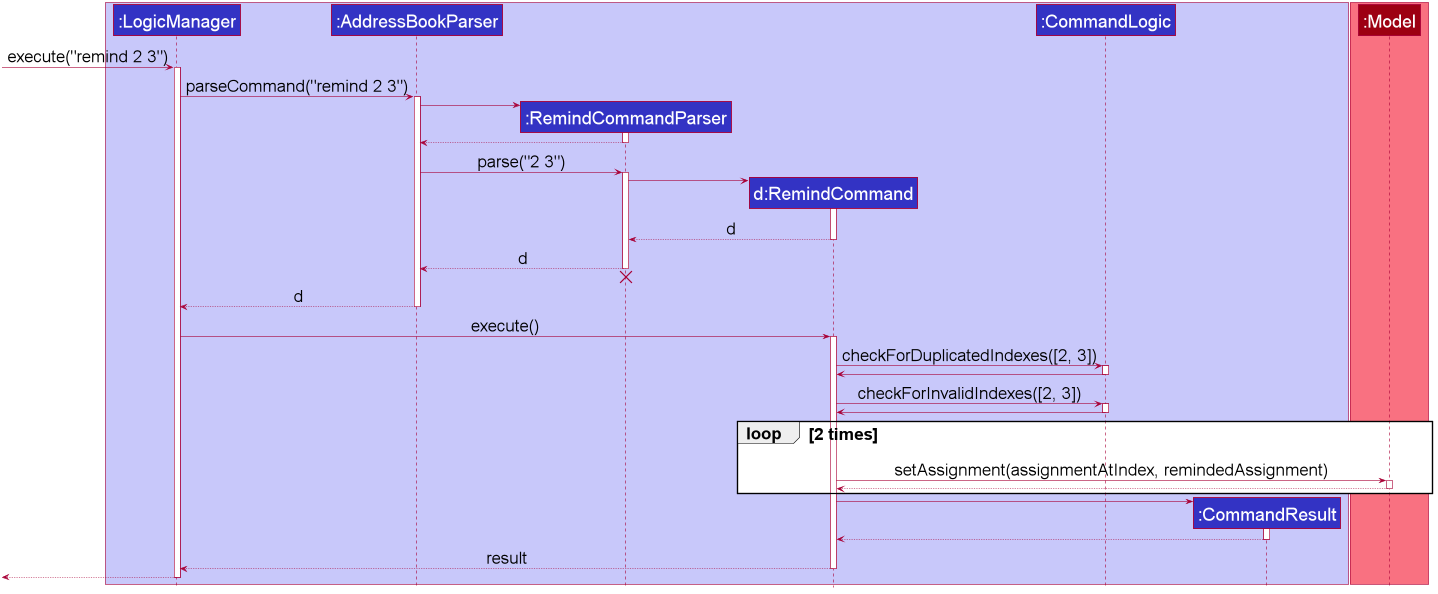
The PlantUML diagram docs/images/RemindMultipleSequenceDiagram.png in nus-cs2103-AY2021S1/tp, before a commit.
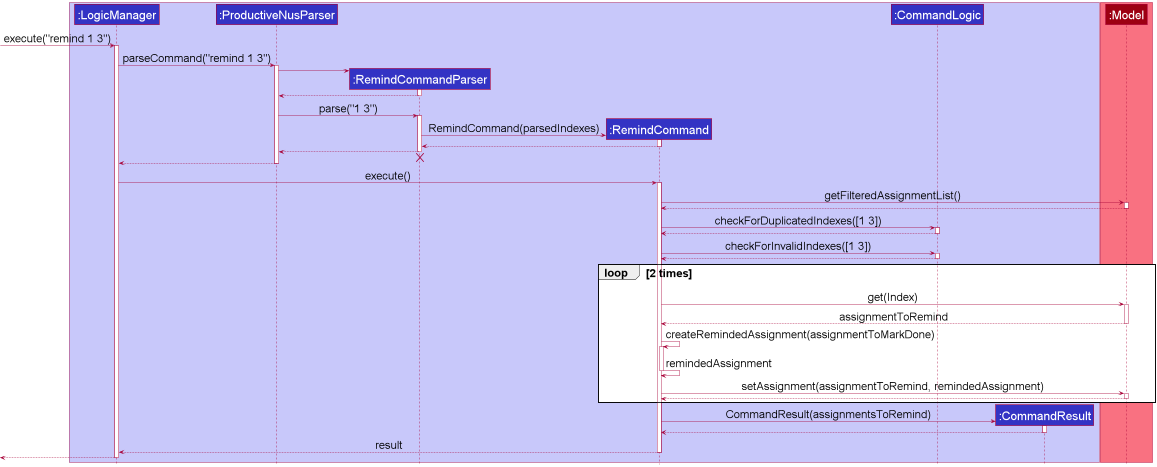
The same diagram one commit later.

Commit message:
Update Developer Guide with AddCommand and RemindCommand + DoneCommand

Change to the diagram source:
```diff
@@ -1,126 +1,94 @@
 @startuml
-
-
-
-
-
-
-
-
-
-skinparam BackgroundColor #FFFFFFF
-
-skinparam Shadowing false
-
-skinparam Class {
-    FontColor #FFFFFF
-    BorderThickness 1
-    BorderColor #FFFFFF
-    StereotypeFontColor #FFFFFF
-    FontName Arial
-}
-
-skinparam Actor {
-    BorderColor #000000
-    Color #000000
-    FontName Arial
-}
-
-skinparam Sequence {
-    MessageAlign center
-    BoxFontSize 15
-    BoxPadding 0
-    BoxFontColor #FFFFFF
-    FontName Arial
-}
-
-skinparam Participant {
-    FontColor #FFFFFFF
-    Padding 20
-}
-
-skinparam MinClassWidth 50
-skinparam ParticipantPadding 10
-skinparam Shadowing false
-skinparam DefaultTextAlignment center
-skinparam packageStyle Rectangle
-
-hide footbox
-hide members
-hide circle
+!include style.puml
 skinparam ParticipantFontSize 30
 skinparam ArrowFontSize 28
 skinparam defaultFontSize 28
 
-box #C8C8FA
-participant ":LogicManager" as LogicManager #3333C4
-participant ":AddressBookParser" as AddressBookParser #3333C4
-participant ":RemindCommandParser" as RemindCommandParser #3333C4
-participant "d:RemindCommand" as RemindCommand #3333C4
-participant ":CommandLogic" as CommandLogic #3333C4
-participant ":CommandResult" as CommandResult #3333C4
+box LOGIC_COLOR_T1
+participant ":LogicManager" as LogicManager LOGIC_COLOR
+participant ":ProductiveNusParser" as ProductiveNusParser LOGIC_COLOR
+participant ":RemindCommandParser" as RemindCommandParser LOGIC_COLOR
+participant ":RemindCommand" as RemindCommand LOGIC_COLOR
+participant ":CommandLogic" as CommandLogic LOGIC_COLOR
+participant ":CommandResult" as CommandResult LOGIC_COLOR
 end box
 
-box #F97181
-participant ":Model" as Model #9D0012
+box MODEL_COLOR_T1
+participant ":Model" as Model MODEL_COLOR
 end box
 
-[-> LogicManager : execute("remind 2 3")
+[-> LogicManager : execute("remind 1 3")
 activate LogicManager
 
-LogicManager -> AddressBookParser : parseCommand("remind 2 3")
-activate AddressBookParser
+LogicManager -> ProductiveNusParser : parseCommand("remind 1 3")
+activate ProductiveNusParser
 
 create RemindCommandParser
-AddressBookParser -> RemindCommandParser
+ProductiveNusParser -> RemindCommandParser
 activate RemindCommandParser
 
-RemindCommandParser --> AddressBookParser
+RemindCommandParser --> ProductiveNusParser
 deactivate RemindCommandParser
 
-AddressBookParser -> RemindCommandParser : parse("2 3")
+ProductiveNusParser -> RemindCommandParser : parse("1 3")
 activate RemindCommandParser
 
 create RemindCommand
-RemindCommandParser -> RemindCommand
+RemindCommandParser -> RemindCommand : RemindCommand(parsedIndexes)
 activate RemindCommand
 
-RemindCommand --> RemindCommandParser : d
+RemindCommand --> RemindCommandParser
 deactivate RemindCommand
 
-RemindCommandParser --> AddressBookParser : d
+RemindCommandParser --> ProductiveNusParser
 deactivate RemindCommandParser
-RemindCommandParser -[hidden]-> AddressBookParser
+RemindCommandParser -[hidden]-> ProductiveNusParser
 destroy RemindCommandParser
 
-AddressBookParser --> LogicManager : d
-deactivate AddressBookParser
+ProductiveNusParser --> LogicManager
+deactivate ProductiveNusParser
 
 LogicManager -> RemindCommand : execute()
 activate RemindCommand
 
-RemindCommand -> CommandLogic : checkForDuplicatedIndexes([2, 3])
+RemindCommand -> Model : getFilteredAssignmentList()
+activate Model
+Model --> RemindCommand
+deactivate Model
+
+RemindCommand -> CommandLogic : checkForDuplicatedIndexes([1 3])
 activate CommandLogic
 
-CommandLogic -> RemindCommand
+CommandLogic --> RemindCommand
 deactivate CommandLogic
 
-RemindCommand -> CommandLogic : checkForInvalidIndexes([2, 3])
+RemindCommand -> CommandLogic : checkForInvalidIndexes([1 3])
 activate CommandLogic
 
-CommandLogic -> RemindCommand
+CommandLogic --> RemindCommand
 deactivate CommandLogic
 
+
+
 loop 2 times
-    RemindCommand -> Model : setAssignment(assignmentAtIndex, remindedAssignment)
+    RemindCommand -> Model : get(Index)
     activate Model
+    Model --> RemindCommand : assignmentToRemind
+    deactivate Model
 
+    RemindCommand -> RemindCommand : createRemindedAssignment(assignmentToMarkDone)
+    Activate RemindCommand
+    RemindCommand -> RemindCommand : remindedAssignment
+    deactivate RemindCommand
+
+    RemindCommand -> Model : setAssignment(assignmentToRemind, remindedAssignment)
+    activate Model
     Model --> RemindCommand
     deactivate Model
 end
 
 create CommandResult
-RemindCommand -> CommandResult
+RemindCommand -> CommandResult : CommandResult(assignmentsToRemind)
 activate CommandResult
 
 CommandResult --> RemindCommand
```
